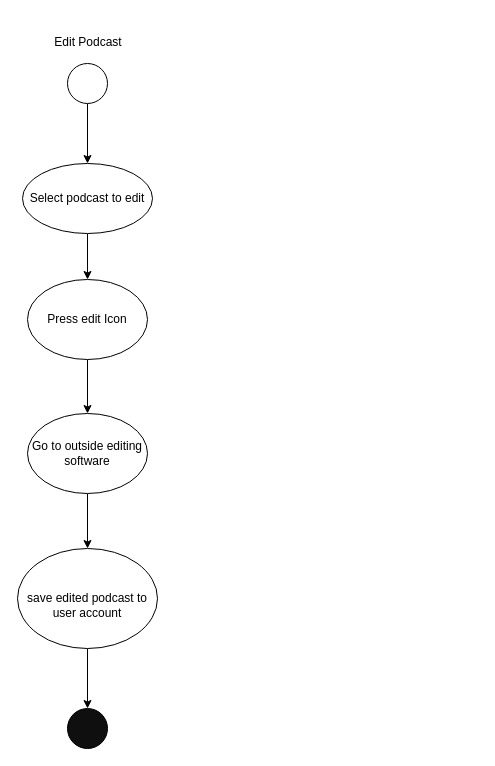
The draw.io diagram edit_podcast_activity.drawio in Glizzus/COMP-3700, before the edit. Source tidied: cells renumbered, new cells numbered last; positions are measured from the earlier drawing's top-left corner, leaving out a move shared by most shapes. Both pictures are drawn from the tidied source at 100%, with x=0, y=0 at pixel (17, 27).
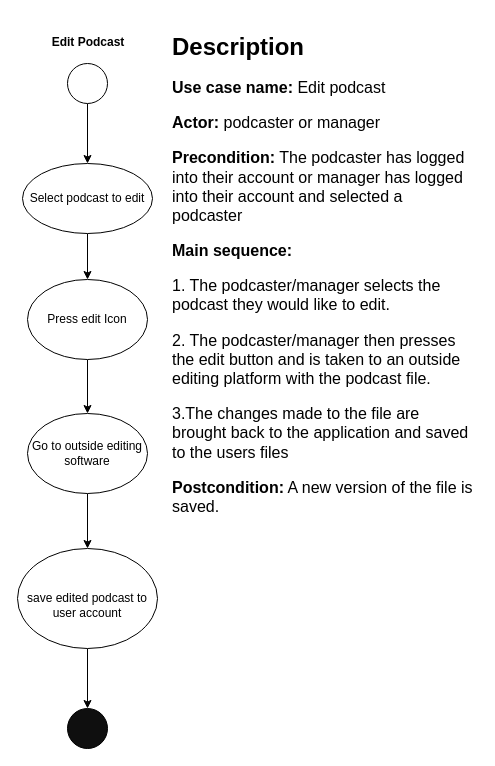
After the change.

The edit, as a diff of the source:
```diff
@@
 <mxGraphModel>
   <root>
     <mxCell id="0" />
     <mxCell id="1" parent="0" />
     <mxCell id="2" style="edgeStyle=orthogonalEdgeStyle;rounded=0;jettySize=auto;html=1;exitX=0.5;exitY=1;exitDx=0;exitDy=0;" parent="1" edge="1" source="3" target="13">
       <mxGeometry relative="1" as="geometry" />
     </mxCell>
     <mxCell id="3" value="Select podcast to edit" style="ellipse;whiteSpace=wrap;html=1;" parent="1" vertex="1">
       <mxGeometry x="5" y="136" width="130" height="70" as="geometry" />
     </mxCell>
     <mxCell id="4" style="edgeStyle=orthogonalEdgeStyle;rounded=0;jettySize=auto;html=1;exitX=0.5;exitY=1;exitDx=0;exitDy=0;entryX=0.5;entryY=0;entryDx=0;entryDy=0;" parent="1" edge="1" source="5" target="8">
       <mxGeometry relative="1" as="geometry" />
     </mxCell>
     <mxCell id="5" value="Go to outside editing software" style="ellipse;whiteSpace=wrap;html=1;" parent="1" vertex="1">
       <mxGeometry x="10" y="386" width="120" height="80" as="geometry" />
     </mxCell>
     <mxCell id="6" style="endArrow=classic;html=1;rounded=0;exitX=0.5;exitY=1;exitDx=0;exitDy=0;entryX=0.5;entryY=0;entryDx=0;entryDy=0;" parent="1" edge="1" target="3">
       <mxGeometry relative="1" as="geometry">
         <mxPoint x="70" y="76" as="sourcePoint" />
       </mxGeometry>
     </mxCell>
     <mxCell id="7" style="edgeStyle=orthogonalEdgeStyle;rounded=0;jettySize=auto;html=1;exitX=0.5;exitY=1;exitDx=0;exitDy=0;entryX=0.5;entryY=0;entryDx=0;entryDy=0;" parent="1" edge="1" source="8" target="11">
       <mxGeometry relative="1" as="geometry" />
     </mxCell>
     <mxCell id="8" value="&lt;br&gt;save edited podcast to user account" style="ellipse;whiteSpace=wrap;html=1;" parent="1" vertex="1">
       <mxGeometry y="521" width="140" height="100" as="geometry" />
     </mxCell>
-    <mxCell id="9" value="Edit Podcast" style="text;html=1;strokeColor=none;fillColor=none;align=center;verticalAlign=middle;whiteSpace=wrap;rounded=0;" parent="1" vertex="1">
+    <mxCell id="9" value="Edit Podcast" style="text;html=15;strokeColor=none;fillColor=none;align=center;verticalAlign=middle;whiteSpace=wrap;rounded=0;fontStyle=1;" parent="1" vertex="1">
       <mxGeometry x="11" width="120" height="30" as="geometry" />
     </mxCell>
     <mxCell id="10" style="ellipse;whiteSpace=wrap;html=1;" parent="1" vertex="1">
       <mxGeometry x="50" y="36" width="40" height="40" as="geometry" />
     </mxCell>
     <mxCell id="11" style="ellipse;whiteSpace=wrap;html=1;fillColor=#0f0f0f;" parent="1" vertex="1">
       <mxGeometry x="50" y="681" width="40" height="40" as="geometry" />
     </mxCell>
     <mxCell id="12" style="edgeStyle=orthogonalEdgeStyle;rounded=0;jettySize=auto;html=1;exitX=0.5;exitY=1;exitDx=0;exitDy=0;entryX=0.5;entryY=0;entryDx=0;entryDy=0;" parent="1" edge="1" source="13" target="5">
       <mxGeometry relative="1" as="geometry" />
     </mxCell>
     <mxCell id="13" value="Press edit Icon" style="ellipse;whiteSpace=wrap;html=1;" parent="1" vertex="1">
       <mxGeometry x="10" y="252" width="120" height="80" as="geometry" />
     </mxCell>
+    <mxCell id="14" value="&lt;h1&gt;Description&lt;/h1&gt;&lt;p style=&quot;font-size: 16px;&quot;&gt;&lt;b&gt;Use case name: &lt;/b&gt;Edit podcast&lt;/p&gt;&lt;p style=&quot;font-size: 16px;&quot;&gt;&lt;b&gt;Actor:&lt;/b&gt; podcaster or manager&lt;/p&gt;&lt;p style=&quot;font-size: 16px;&quot;&gt;&lt;b&gt;Precondition:&lt;/b&gt; The podcaster has logged into their account or manager has logged into their account and selected a podcaster&lt;/p&gt;&lt;p style=&quot;font-size: 16px;&quot;&gt;&lt;b&gt;Main sequence:&lt;/b&gt;&lt;/p&gt;&lt;p style=&quot;font-size: 16px;&quot;&gt;1. The podcaster/manager selects the podcast they would like to edit.&amp;nbsp;&lt;/p&gt;&lt;p style=&quot;font-size: 16px;&quot;&gt;2. The podcaster/manager then presses the edit button and is taken to an outside editing platform with the podcast file.&amp;nbsp;&lt;/p&gt;&lt;p style=&quot;font-size: 16px;&quot;&gt;3.The changes made to the file are brought back to the application and saved to the users files&lt;/p&gt;&lt;p style=&quot;font-size: 16px;&quot;&gt;&lt;b&gt;Postcondition:&lt;/b&gt; A new version of the file is saved.&lt;/p&gt;" style="text;html=1;strokeColor=none;fillColor=none;spacing=5;spacingTop=-20;whiteSpace=wrap;overflow=hidden;rounded=0;" parent="1" vertex="1">
+      <mxGeometry x="150" width="310" height="526" as="geometry" />
+    </mxCell>
   </root>
 </mxGraphModel>
```
